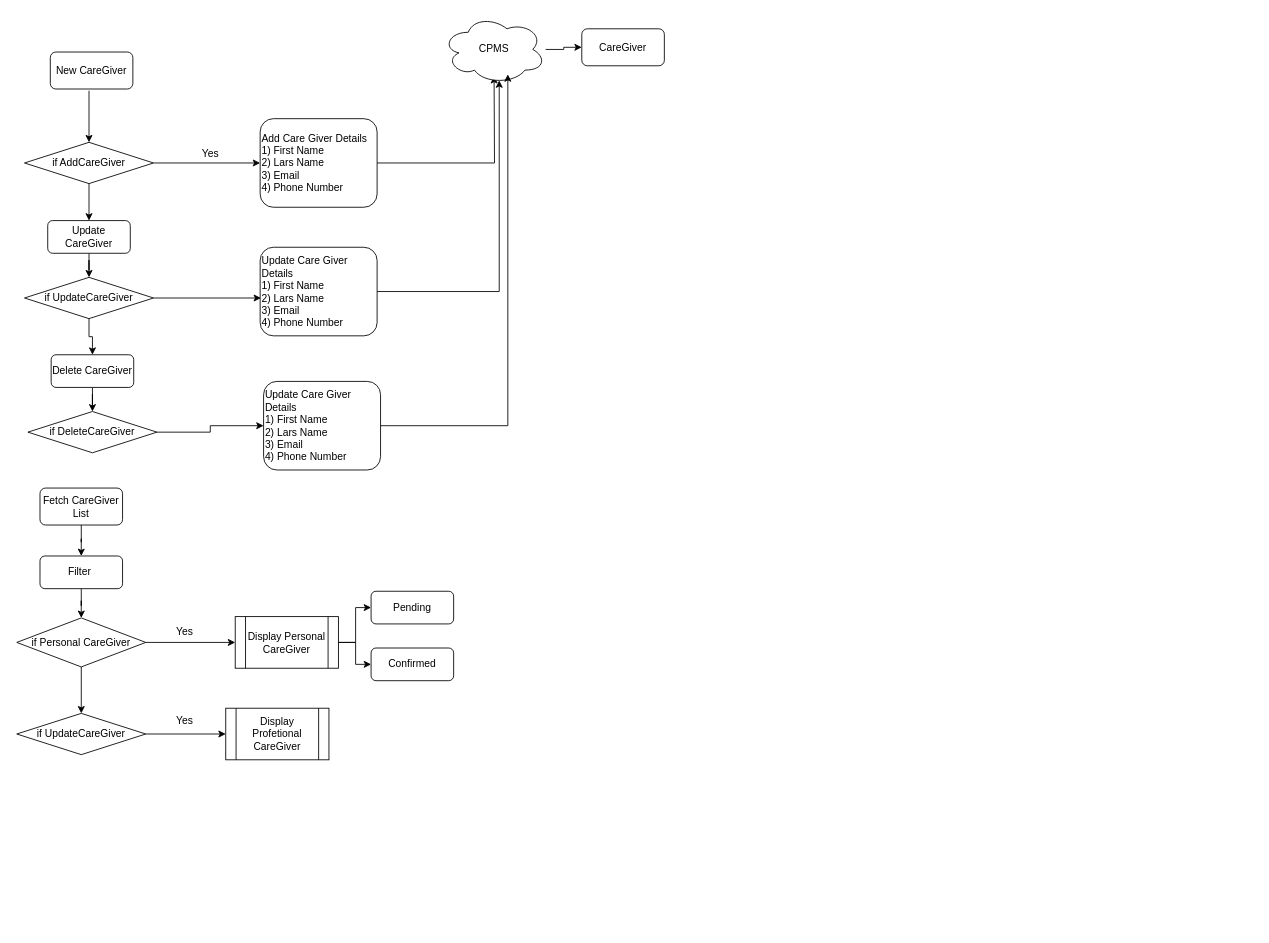
Before: page "Page-7" (7 of 7) of MyKnowledgeBoard.drawio in smkcoder/BuildingConversationalExp, a draw.io diagram. Source tidied: cells renumbered, new cells numbered last; positions are measured from the earlier drawing's top-left corner, leaving out a move shared by most shapes. Both pictures are drawn from the tidied source at 86%, with x=0, y=0 at pixel (16, 15).
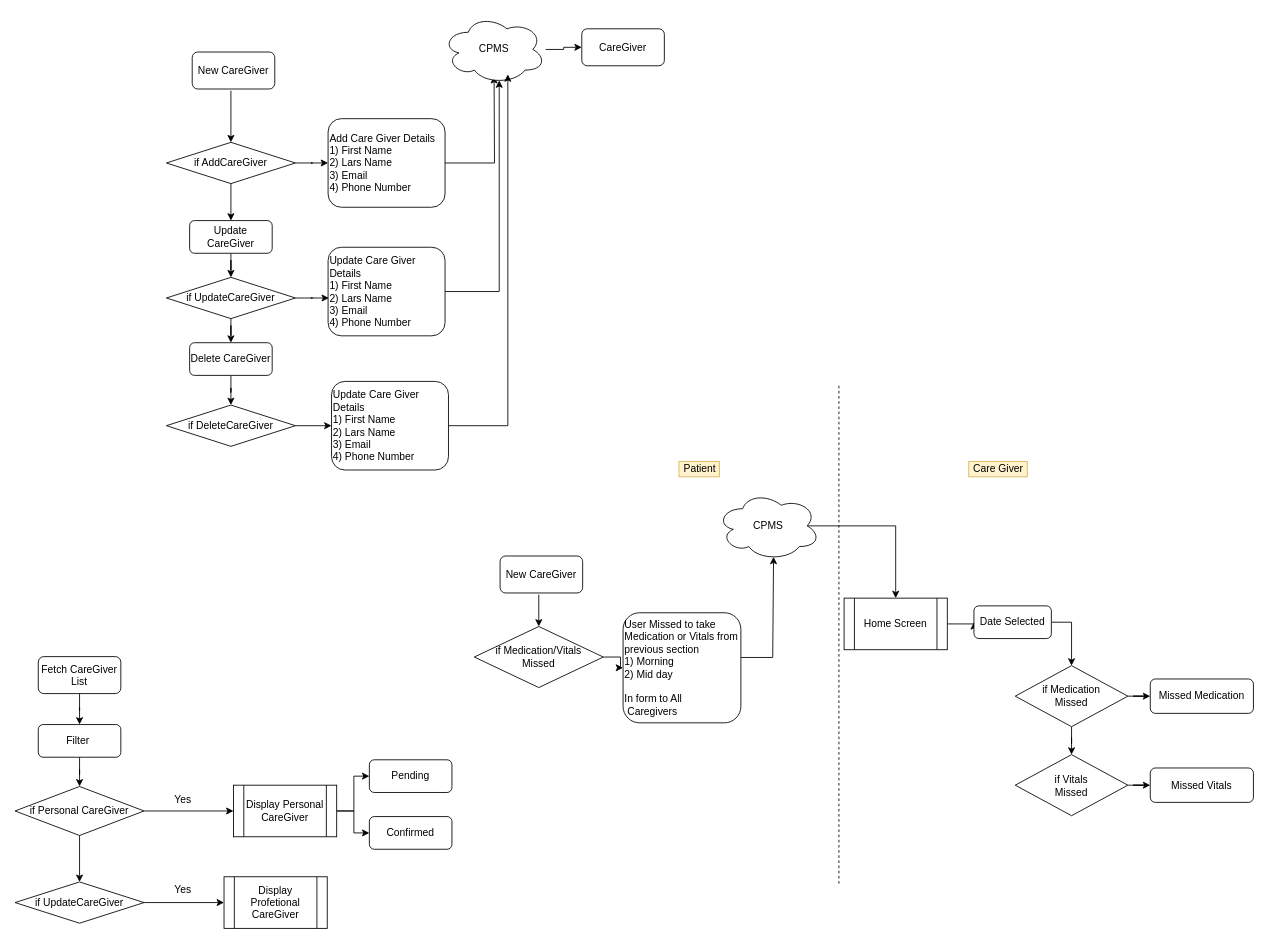
After the change.

Diff of the diagram source:
```diff
@@
     <mxCell id="4" value="if AddCareGiver" style="rhombus;whiteSpace=wrap;html=1;" parent="1" vertex="1">
-      <mxGeometry x="9" y="148" width="150" height="48" as="geometry" />
+      <mxGeometry x="174" y="148" width="150" height="48" as="geometry" />
     </mxCell>
@@
     <mxCell id="6" value="Add Care Giver Details&lt;br&gt;1) First Name&lt;br&gt;2) Lars Name&lt;br&gt;3) Email&amp;nbsp;&lt;br&gt;&lt;div&gt;&lt;span&gt;4) Phone Number&lt;/span&gt;&lt;/div&gt;" style="rounded=1;whiteSpace=wrap;html=1;align=left;" parent="1" vertex="1">
-      <mxGeometry x="283" y="120.5" width="136" height="103" as="geometry" />
+      <mxGeometry x="362" y="120.5" width="136" height="103" as="geometry" />
     </mxCell>
@@
     <mxCell id="9" style="endArrow=classic;html=1;entryX=0.5;entryY=0;entryDx=0;entryDy=0;" parent="1" edge="1" target="4">
       <mxGeometry relative="1" as="geometry">
-        <mxPoint x="84" y="88" as="sourcePoint" />
+        <mxPoint x="249" y="88" as="sourcePoint" />
       </mxGeometry>
     </mxCell>
     <mxCell id="10" value="New CareGiver" style="rounded=1;whiteSpace=wrap;html=1;" parent="1" vertex="1">
-      <mxGeometry x="39" y="43" width="96" height="43" as="geometry" />
+      <mxGeometry x="204" y="43" width="96" height="43" as="geometry" />
     </mxCell>
@@
     <mxCell id="12" value="Update CareGiver" style="rounded=1;whiteSpace=wrap;html=1;" parent="1" vertex="1">
-      <mxGeometry x="36" y="239" width="96" height="38" as="geometry" />
+      <mxGeometry x="201" y="239" width="96" height="38" as="geometry" />
     </mxCell>
-    <mxCell id="13" value="Yes" style="text;html=1;align=center;verticalAlign=middle;" parent="1" vertex="1">
-      <mxGeometry x="210" y="152" width="30" height="18" as="geometry" />
-    </mxCell>
@@
     <mxCell id="17" value="if UpdateCareGiver" style="rhombus;whiteSpace=wrap;html=1;" parent="1" vertex="1">
-      <mxGeometry x="9" y="305" width="150" height="48" as="geometry" />
+      <mxGeometry x="174" y="305" width="150" height="48" as="geometry" />
     </mxCell>
@@
     <mxCell id="19" value="Update Care Giver Details&lt;br&gt;1) First Name&lt;br&gt;2) Lars Name&lt;br&gt;3) Email&amp;nbsp;&lt;br&gt;&lt;div&gt;&lt;span&gt;4) Phone Number&lt;/span&gt;&lt;/div&gt;" style="rounded=1;whiteSpace=wrap;html=1;align=left;" parent="1" vertex="1">
-      <mxGeometry x="283" y="270" width="136" height="103" as="geometry" />
+      <mxGeometry x="362" y="270" width="136" height="103" as="geometry" />
     </mxCell>
@@
     <mxCell id="21" value="Delete CareGiver" style="rounded=1;whiteSpace=wrap;html=1;" parent="1" vertex="1">
-      <mxGeometry x="40" y="395" width="96" height="38" as="geometry" />
+      <mxGeometry x="201" y="381" width="96" height="38" as="geometry" />
     </mxCell>
@@
     <mxCell id="23" value="if DeleteCareGiver" style="rhombus;whiteSpace=wrap;html=1;" parent="1" vertex="1">
-      <mxGeometry x="13" y="461" width="150" height="48" as="geometry" />
+      <mxGeometry x="174" y="453.5" width="150" height="48" as="geometry" />
     </mxCell>
@@
     <mxCell id="25" value="Update Care Giver Details&lt;br&gt;1) First Name&lt;br&gt;2) Lars Name&lt;br&gt;3) Email&amp;nbsp;&lt;br&gt;&lt;div&gt;&lt;span&gt;4) Phone Number&lt;/span&gt;&lt;/div&gt;" style="rounded=1;whiteSpace=wrap;html=1;align=left;" parent="1" vertex="1">
-      <mxGeometry x="287" y="426" width="136" height="103" as="geometry" />
+      <mxGeometry x="366" y="426" width="136" height="103" as="geometry" />
     </mxCell>
@@
     <mxCell id="28" value="if Personal CareGiver" style="rhombus;whiteSpace=wrap;html=1;" parent="1" vertex="1">
-      <mxGeometry y="701" width="150" height="57" as="geometry" />
+      <mxGeometry x="-2" y="897" width="150" height="57" as="geometry" />
     </mxCell>
@@
     <mxCell id="30" value="Fetch CareGiver List" style="rounded=1;whiteSpace=wrap;html=1;" parent="1" vertex="1">
-      <mxGeometry x="27" y="550" width="96" height="43" as="geometry" />
+      <mxGeometry x="25" y="746" width="96" height="43" as="geometry" />
     </mxCell>
@@
     <mxCell id="32" value="Filter&amp;nbsp;" style="rounded=1;whiteSpace=wrap;html=1;" parent="1" vertex="1">
-      <mxGeometry x="27" y="629" width="96" height="38" as="geometry" />
+      <mxGeometry x="25" y="825" width="96" height="38" as="geometry" />
     </mxCell>
     <mxCell id="33" value="Yes" style="text;html=1;align=center;verticalAlign=middle;" parent="1" vertex="1">
-      <mxGeometry x="180" y="708" width="30" height="18" as="geometry" />
+      <mxGeometry x="178" y="904" width="30" height="18" as="geometry" />
     </mxCell>
@@
     <mxCell id="35" value="if UpdateCareGiver" style="rhombus;whiteSpace=wrap;html=1;" parent="1" vertex="1">
-      <mxGeometry y="812" width="150" height="48" as="geometry" />
+      <mxGeometry x="-2" y="1008" width="150" height="48" as="geometry" />
     </mxCell>
@@
     <mxCell id="38" value="Display Personal CareGiver" style="shape=process;whiteSpace=wrap;html=1;backgroundOutline=1;" parent="1" vertex="1">
-      <mxGeometry x="254" y="699.5" width="120" height="60" as="geometry" />
+      <mxGeometry x="252" y="895.5" width="120" height="60" as="geometry" />
     </mxCell>
     <mxCell id="39" value="Display Profetional CareGiver" style="shape=process;whiteSpace=wrap;html=1;backgroundOutline=1;" parent="1" vertex="1">
-      <mxGeometry x="243" y="806" width="120" height="60" as="geometry" />
+      <mxGeometry x="241" y="1002" width="120" height="60" as="geometry" />
     </mxCell>
     <mxCell id="40" value="Yes" style="text;html=1;align=center;verticalAlign=middle;" parent="1" vertex="1">
-      <mxGeometry x="180" y="812" width="30" height="18" as="geometry" />
+      <mxGeometry x="178" y="1008" width="30" height="18" as="geometry" />
     </mxCell>
     <mxCell id="41" value="Pending" style="rounded=1;whiteSpace=wrap;html=1;" parent="1" vertex="1">
-      <mxGeometry x="412" y="670" width="96" height="38" as="geometry" />
+      <mxGeometry x="410" y="866" width="96" height="38" as="geometry" />
     </mxCell>
     <mxCell id="42" value="Confirmed" style="rounded=1;whiteSpace=wrap;html=1;" parent="1" vertex="1">
-      <mxGeometry x="412" y="736" width="96" height="38" as="geometry" />
+      <mxGeometry x="410" y="932" width="96" height="38" as="geometry" />
     </mxCell>
+    <mxCell id="43" style="edgeStyle=orthogonalEdgeStyle;rounded=0;jettySize=auto;html=1;entryX=0;entryY=0.5;entryDx=0;entryDy=0;" parent="1" edge="1" source="44" target="46">
+      <mxGeometry relative="1" as="geometry" />
+    </mxCell>
+    <mxCell id="44" value="if Medication/Vitals&lt;br&gt;Missed" style="rhombus;whiteSpace=wrap;html=1;" parent="1" vertex="1">
+      <mxGeometry x="532" y="711" width="150" height="71" as="geometry" />
+    </mxCell>
+    <mxCell id="45" style="edgeStyle=orthogonalEdgeStyle;rounded=0;jettySize=auto;html=1;entryX=0.55;entryY=0.95;entryDx=0;entryDy=0;entryPerimeter=0;" parent="1" edge="1" source="46" target="48">
+      <mxGeometry relative="1" as="geometry">
+        <Array as="points">
+          <mxPoint x="879" y="747" />
+        </Array>
+      </mxGeometry>
+    </mxCell>
+    <mxCell id="46" value="User Missed to take Medication or Vitals from previous section&lt;br&gt;1) Morning&lt;br&gt;2) Mid day&lt;br&gt;&lt;br&gt;In form to All&lt;br&gt;&amp;nbsp;Caregivers" style="rounded=1;whiteSpace=wrap;html=1;align=left;" parent="1" vertex="1">
+      <mxGeometry x="705" y="695" width="137" height="128" as="geometry" />
+    </mxCell>
+    <mxCell id="47" style="edgeStyle=orthogonalEdgeStyle;rounded=0;jettySize=auto;html=1;exitX=0.875;exitY=0.5;exitDx=0;exitDy=0;exitPerimeter=0;entryX=0.5;entryY=0;entryDx=0;entryDy=0;" parent="1" edge="1" source="48" target="52">
+      <mxGeometry relative="1" as="geometry" />
+    </mxCell>
+    <mxCell id="48" value="CPMS" style="ellipse;shape=cloud;whiteSpace=wrap;html=1;" parent="1" vertex="1">
+      <mxGeometry x="814" y="554" width="120" height="80" as="geometry" />
+    </mxCell>
+    <mxCell id="49" style="endArrow=classic;html=1;entryX=0.5;entryY=0;entryDx=0;entryDy=0;" parent="1" edge="1" target="44">
+      <mxGeometry relative="1" as="geometry">
+        <mxPoint x="607" y="674" as="sourcePoint" />
+      </mxGeometry>
+    </mxCell>
+    <mxCell id="50" value="New CareGiver" style="rounded=1;whiteSpace=wrap;html=1;" parent="1" vertex="1">
+      <mxGeometry x="562" y="629" width="96" height="43" as="geometry" />
+    </mxCell>
+    <mxCell id="51" style="edgeStyle=orthogonalEdgeStyle;rounded=0;jettySize=auto;html=1;exitX=1;exitY=0.5;exitDx=0;exitDy=0;entryX=0;entryY=0.5;entryDx=0;entryDy=0;" parent="1" edge="1" source="52" target="55">
+      <mxGeometry relative="1" as="geometry" />
+    </mxCell>
+    <mxCell id="52" value="Home Screen" style="shape=process;whiteSpace=wrap;html=1;backgroundOutline=1;" parent="1" vertex="1">
+      <mxGeometry x="962" y="678" width="120" height="60" as="geometry" />
+    </mxCell>
+    <mxCell id="53" value="Missed Medication" style="rounded=1;whiteSpace=wrap;html=1;" parent="1" vertex="1">
+      <mxGeometry x="1318" y="772" width="120" height="40" as="geometry" />
+    </mxCell>
+    <mxCell id="54" style="edgeStyle=orthogonalEdgeStyle;rounded=0;jettySize=auto;html=1;exitX=1;exitY=0.5;exitDx=0;exitDy=0;entryX=0.5;entryY=0;entryDx=0;entryDy=0;" parent="1" edge="1" source="55" target="58">
+      <mxGeometry relative="1" as="geometry" />
+    </mxCell>
+    <mxCell id="55" value="Date Selected" style="rounded=1;whiteSpace=wrap;html=1;" parent="1" vertex="1">
+      <mxGeometry x="1113" y="687" width="90" height="38" as="geometry" />
+    </mxCell>
+    <mxCell id="56" style="edgeStyle=orthogonalEdgeStyle;rounded=0;jettySize=auto;html=1;entryX=0;entryY=0.5;entryDx=0;entryDy=0;" parent="1" edge="1" source="58" target="53">
+      <mxGeometry relative="1" as="geometry" />
+    </mxCell>
+    <mxCell id="57" style="edgeStyle=orthogonalEdgeStyle;rounded=0;jettySize=auto;html=1;entryX=0.5;entryY=0;entryDx=0;entryDy=0;" parent="1" edge="1" source="58" target="61">
+      <mxGeometry relative="1" as="geometry" />
+    </mxCell>
+    <mxCell id="58" value="if Medication&lt;br&gt;Missed" style="rhombus;whiteSpace=wrap;html=1;" parent="1" vertex="1">
+      <mxGeometry x="1161" y="756.5" width="131" height="71" as="geometry" />
+    </mxCell>
+    <mxCell id="59" value="Missed Vitals" style="rounded=1;whiteSpace=wrap;html=1;" parent="1" vertex="1">
+      <mxGeometry x="1318" y="875.5" width="120" height="40" as="geometry" />
+    </mxCell>
+    <mxCell id="60" style="edgeStyle=orthogonalEdgeStyle;rounded=0;jettySize=auto;html=1;entryX=0;entryY=0.5;entryDx=0;entryDy=0;" parent="1" edge="1" source="61" target="59">
+      <mxGeometry relative="1" as="geometry" />
+    </mxCell>
+    <mxCell id="61" value="if Vitals&lt;br&gt;Missed" style="rhombus;whiteSpace=wrap;html=1;" parent="1" vertex="1">
+      <mxGeometry x="1161" y="860" width="131" height="71" as="geometry" />
+    </mxCell>
+    <mxCell id="62" style="endArrow=none;dashed=1;html=1;" parent="1" edge="1">
+      <mxGeometry relative="1" as="geometry">
+        <mxPoint x="956" y="1010" as="sourcePoint" />
+        <mxPoint x="956" y="429" as="targetPoint" />
+      </mxGeometry>
+    </mxCell>
+    <mxCell id="63" value="Patient" style="text;html=1;align=center;verticalAlign=middle;fillColor=#fff2cc;strokeColor=#d6b656;" parent="1" vertex="1">
+      <mxGeometry x="770" y="519" width="47" height="18" as="geometry" />
+    </mxCell>
+    <mxCell id="64" value="Care Giver" style="text;html=1;align=center;verticalAlign=middle;fillColor=#fff2cc;strokeColor=#d6b656;" parent="1" vertex="1">
+      <mxGeometry x="1107" y="519" width="68" height="18" as="geometry" />
+    </mxCell>
```
